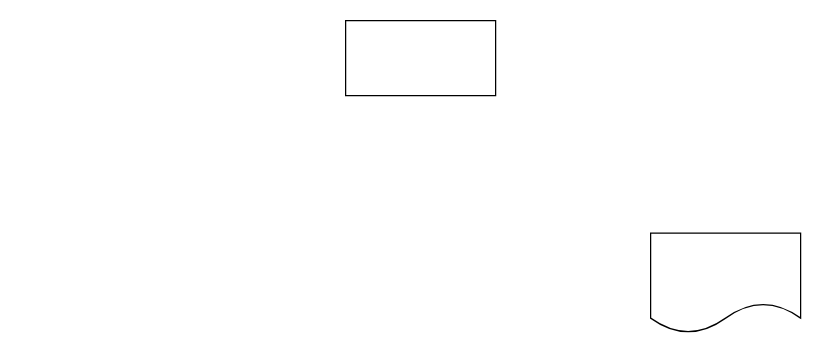
This is page "Page-1" (1 of 2) of diagrams/Untitled Diagram.drawio from xiangshuijiao/diagrams, a draw.io file, before an edit. Source tidied: cells renumbered, new cells numbered last; positions are measured from the earlier drawing's top-left corner, leaving out a move shared by most shapes. Both pictures are drawn from the tidied source at 125%, with x=0, y=0 at pixel (345, 20).
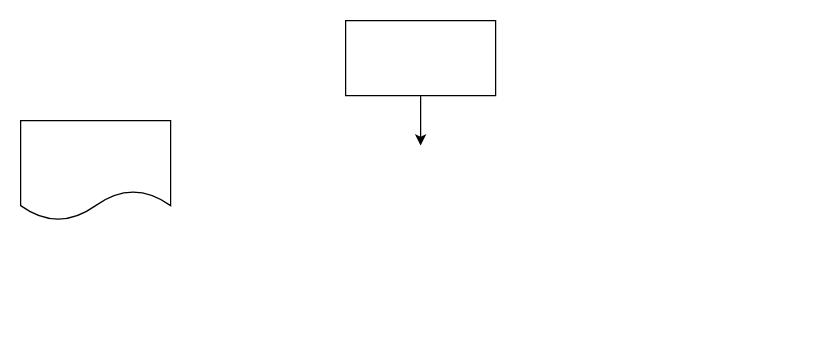
The same page after the edit.

The edit, as a diff of the source:
```diff
@@
 <mxGraphModel>
   <root>
     <mxCell id="0" />
     <mxCell id="1" parent="0" />
+    <mxCell id="4" style="edgeStyle=orthogonalEdgeStyle;rounded=0;jettySize=auto;html=1;exitX=0.5;exitY=1;exitDx=0;exitDy=0;" parent="1" edge="1" source="2">
+      <mxGeometry relative="1" as="geometry">
+        <mxPoint x="60" y="100" as="targetPoint" />
+      </mxGeometry>
+    </mxCell>
     <mxCell id="2" style="rounded=0;whiteSpace=wrap;html=1;" parent="1" vertex="1">
       <mxGeometry width="120" height="60" as="geometry" />
     </mxCell>
     <mxCell id="3" style="shape=document;whiteSpace=wrap;html=1;boundedLbl=1;" parent="1" vertex="1">
-      <mxGeometry x="244" y="170" width="120" height="80" as="geometry" />
+      <mxGeometry x="-260" y="80" width="120" height="80" as="geometry" />
     </mxCell>
   </root>
 </mxGraphModel>
```
